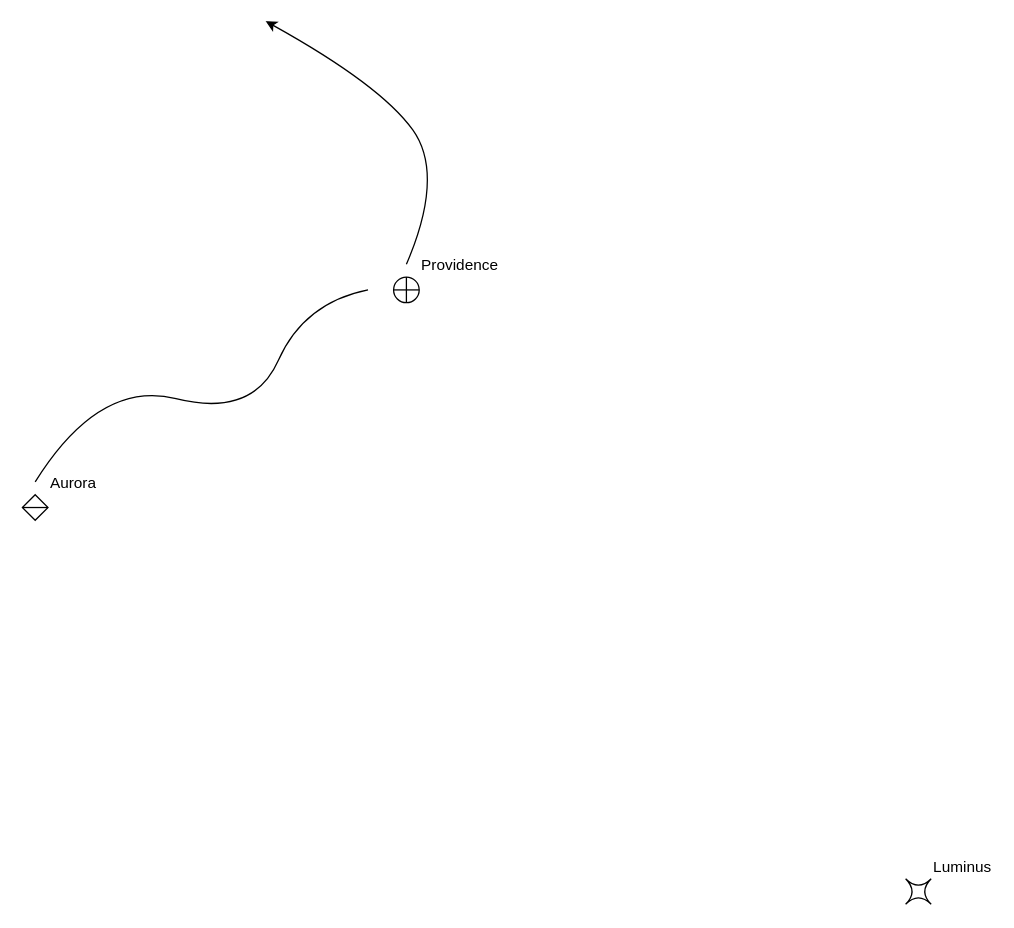
This is sectors/00_outer_cluster/diagram.drawio from haydenmuhl/starforged, a draw.io file, before an edit. Source tidied: cells renumbered, new cells numbered last; positions are measured from the earlier drawing's top-left corner, leaving out a move shared by most shapes. Both pictures are drawn from the tidied source at 128%, with x=0, y=0 at pixel (22, 20).
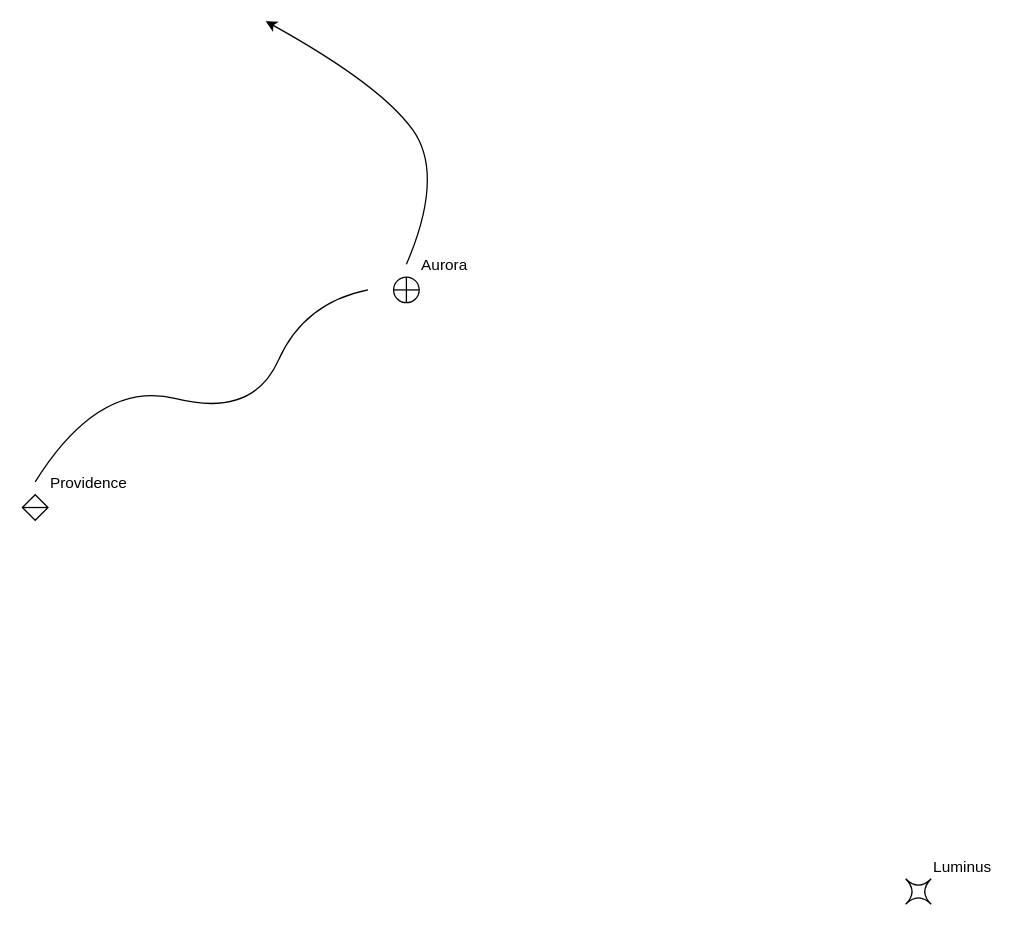
After the change.

Commit message (it also covers changes not shown here):
Fix typo in sector 00

The Aurora and Providence were swapped in
the diagram.

Added a .gitignore to prevent exported sector
images being committed.

Change to the diagram source:
```diff
@@
 <mxGraphModel>
   <root>
     <mxCell id="0" />
     <mxCell id="1" parent="0" />
-    <mxCell id="2" value="Providence" style="shape=orEllipse;perimeter=ellipsePerimeter;whiteSpace=wrap;html=1;backgroundOutline=1;labelPosition=right;verticalLabelPosition=top;align=left;verticalAlign=bottom;" parent="1" vertex="1">
+    <mxCell id="2" value="Aurora" style="shape=orEllipse;perimeter=ellipsePerimeter;whiteSpace=wrap;html=1;backgroundOutline=1;labelPosition=right;verticalLabelPosition=top;align=left;verticalAlign=bottom;" parent="1" vertex="1">
       <mxGeometry x="290" y="200" width="20" height="20" as="geometry" />
     </mxCell>
-    <mxCell id="3" value="Aurora" style="shape=sortShape;perimeter=rhombusPerimeter;whiteSpace=wrap;html=1;labelPosition=right;verticalLabelPosition=top;align=left;verticalAlign=bottom;" parent="1" vertex="1">
+    <mxCell id="3" value="Providence" style="shape=sortShape;perimeter=rhombusPerimeter;whiteSpace=wrap;html=1;labelPosition=right;verticalLabelPosition=top;align=left;verticalAlign=bottom;" parent="1" vertex="1">
       <mxGeometry y="370" width="20" height="20" as="geometry" />
     </mxCell>
     <mxCell id="4" value="Luminus" style="shape=switch;whiteSpace=wrap;html=1;labelPosition=right;verticalLabelPosition=top;align=left;verticalAlign=bottom;" parent="1" vertex="1">
       <mxGeometry x="690" y="670" width="20" height="20" as="geometry" />
     </mxCell>
     <mxCell id="5" style="curved=1;endArrow=none;html=1;endFill=0;" parent="1" edge="1">
       <mxGeometry relative="1" as="geometry">
         <mxPoint x="10" y="360" as="sourcePoint" />
         <mxPoint x="270" y="210" as="targetPoint" />
         <Array as="points">
           <mxPoint x="60" y="280" />
           <mxPoint x="180" y="310" />
           <mxPoint x="220" y="220" />
         </Array>
       </mxGeometry>
     </mxCell>
     <mxCell id="6" style="curved=1;endArrow=classic;html=1;endFill=1;startArrow=none;startFill=0;" parent="1" edge="1">
       <mxGeometry relative="1" as="geometry">
         <mxPoint x="300" y="190" as="sourcePoint" />
         <mxPoint x="190" as="targetPoint" />
         <Array as="points">
           <mxPoint x="330" y="120" />
           <mxPoint x="280" y="50" />
         </Array>
       </mxGeometry>
     </mxCell>
   </root>
 </mxGraphModel>
```
